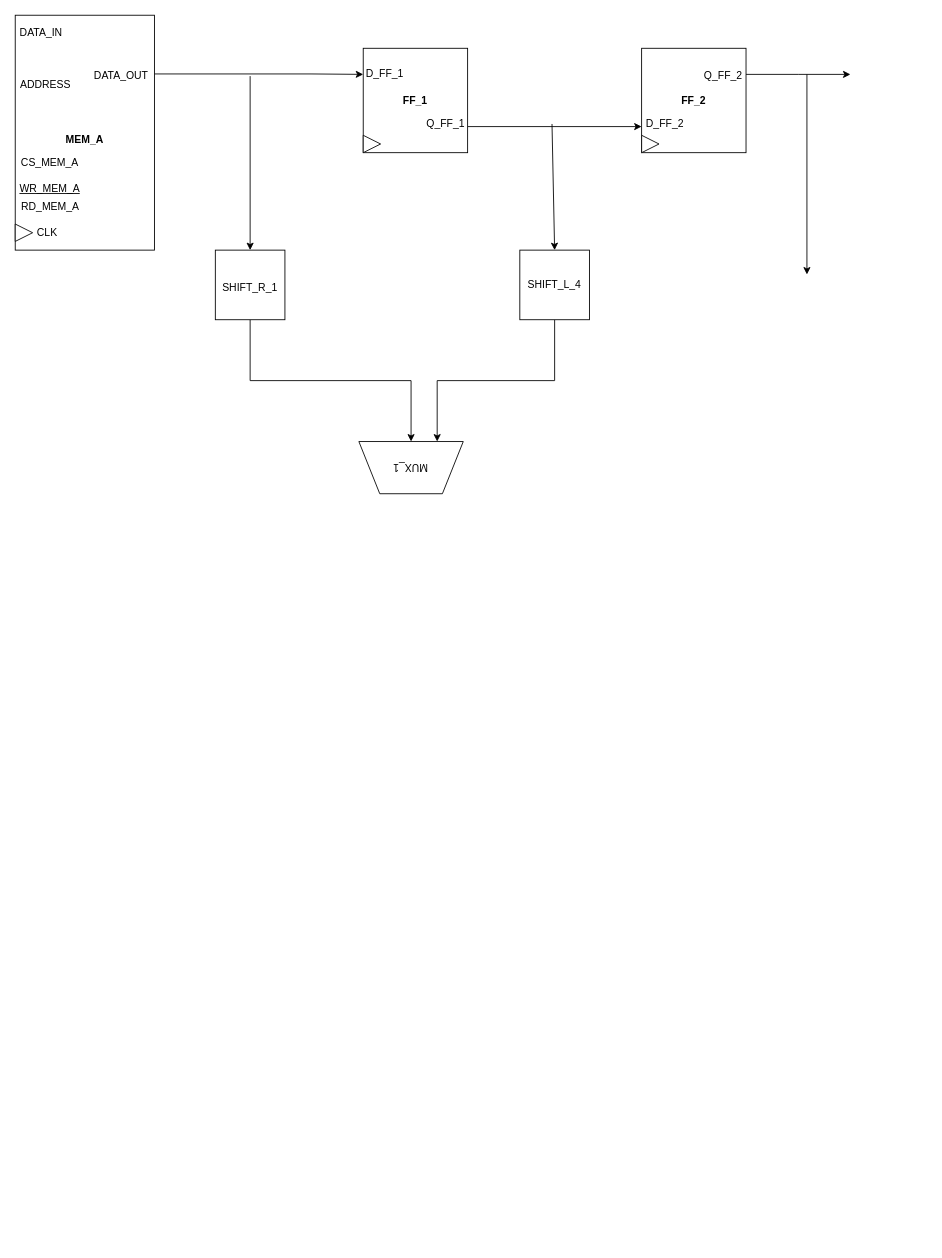
Before: lab6/Datapath.drawio in leobel96/Polito-ESD-NeuralNetwork, a draw.io diagram. Source tidied: cells renumbered, new cells numbered last; positions are measured from the earlier drawing's top-left corner, leaving out a move shared by most shapes. Both pictures are drawn from the tidied source at 87%, with x=0, y=0 at pixel (15, 15).
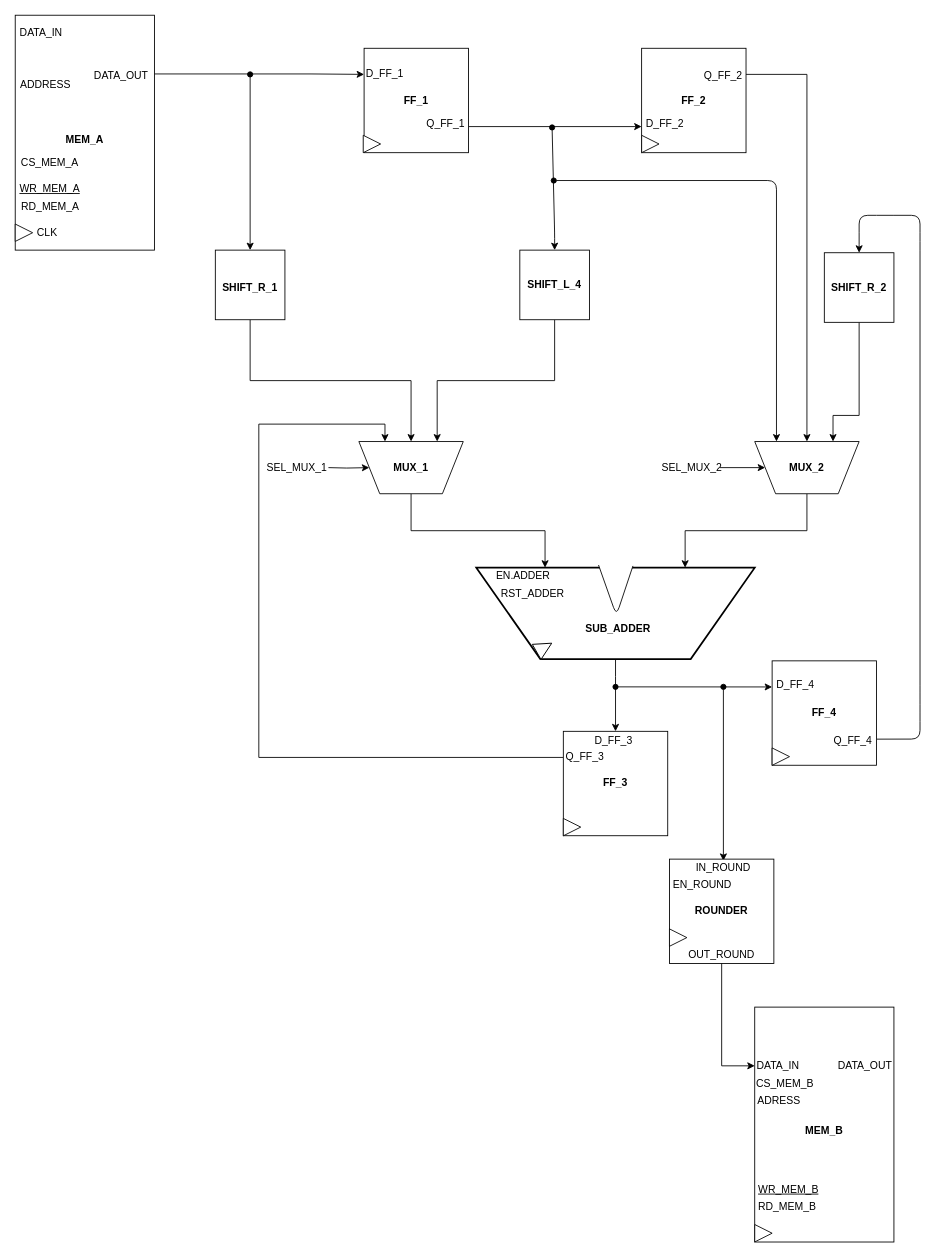
The same page after the edit.

The change refers to these unchanged cells:
```xml
<mxCell id="15" value="&lt;b&gt;FF_2&lt;/b&gt;" style="whiteSpace=wrap;html=1;" parent="1" vertex="1">
  <mxGeometry x="720" y="38" width="120" height="120" as="geometry" />
</mxCell>
<mxCell id="26" style="whiteSpace=wrap;html=1;" parent="1" vertex="1">
  <mxGeometry x="230" y="270" width="80" height="80" as="geometry" />
</mxCell>
<mxCell id="28" style="whiteSpace=wrap;html=1;" parent="1" vertex="1">
  <mxGeometry x="580" y="270" width="80" height="80" as="geometry" />
</mxCell>
```

Change to the diagram source:
```diff
@@
+    <mxCell id="32" style="edgeStyle=orthogonalEdgeStyle;rounded=0;jettySize=auto;html=1;exitX=0.5;exitY=1;exitDx=0;exitDy=0;entryX=0.5;entryY=0;entryDx=0;entryDy=0;" parent="1" edge="1" source="33" target="53">
+      <mxGeometry relative="1" as="geometry">
+        <Array as="points">
+          <mxPoint x="690" y="760" />
+          <mxPoint x="690" y="760" />
+        </Array>
+      </mxGeometry>
+    </mxCell>
+    <mxCell id="33" style="verticalLabelPosition=bottom;verticalAlign=top;html=1;strokeWidth=2;shape=trapezoid;perimeter=trapezoidPerimeter;whiteSpace=wrap;size=0.23;arcSize=10;flipV=1;" parent="1" vertex="1">
+      <mxGeometry x="530" y="635" width="320" height="105" as="geometry" />
+    </mxCell>
@@
     <mxCell id="13" value="&lt;b&gt;FF_1&lt;/b&gt;" style="whiteSpace=wrap;html=1;" parent="1" vertex="1">
-      <mxGeometry x="400" y="38" width="120" height="120" as="geometry" />
+      <mxGeometry x="401" y="38" width="120" height="120" as="geometry" />
     </mxCell>
-    <mxCell id="14" style="edgeStyle=orthogonalEdgeStyle;rounded=0;jettySize=auto;html=1;exitX=1;exitY=0.25;exitDx=0;exitDy=0;" parent="1" edge="1" source="15">
-      <mxGeometry relative="1" as="geometry">
-        <mxPoint x="960" y="68" as="targetPoint" />
-      </mxGeometry>
+    <mxCell id="14" style="edgeStyle=orthogonalEdgeStyle;rounded=0;jettySize=auto;html=1;exitX=1;exitY=0.25;exitDx=0;exitDy=0;entryX=0.5;entryY=1;entryDx=0;entryDy=0;" parent="1" edge="1" source="15" target="39">
+      <mxGeometry relative="1" as="geometry" />
     </mxCell>
@@
-    <mxCell id="22" style="endArrow=classic;html=1;entryX=0.5;entryY=0;entryDx=0;entryDy=0;" parent="1" edge="1" target="26">
+    <mxCell id="22" style="endArrow=classic;html=1;entryX=0.5;entryY=0;entryDx=0;entryDy=0;startArrow=circle;startFill=1;startSize=2;" parent="1" edge="1" target="26">
       <mxGeometry relative="1" as="geometry">
-        <mxPoint x="270" y="70" as="sourcePoint" />
+        <mxPoint x="270" y="64" as="sourcePoint" />
       </mxGeometry>
     </mxCell>
-    <mxCell id="23" style="endArrow=classic;html=1;entryX=0.5;entryY=0;entryDx=0;entryDy=0;" parent="1" edge="1" target="28">
+    <mxCell id="23" style="endArrow=classic;html=1;entryX=0.5;entryY=0;entryDx=0;entryDy=0;startArrow=circle;startFill=1;startSize=2;" parent="1" edge="1" target="28">
       <mxGeometry relative="1" as="geometry">
         <mxPoint x="617" y="125" as="sourcePoint" />
+        <Array as="points">
+          <mxPoint x="620" y="250" />
+        </Array>
       </mxGeometry>
     </mxCell>
-    <mxCell id="24" style="endArrow=classic;html=1;" parent="1" edge="1">
-      <mxGeometry relative="1" as="geometry">
-        <mxPoint x="910" y="68" as="sourcePoint" />
-        <mxPoint x="910" y="298" as="targetPoint" />
-      </mxGeometry>
-    </mxCell>
@@
-    <mxCell id="29" value="SHIFT_R_1" style="text;html=1;strokeColor=none;fillColor=none;align=center;verticalAlign=middle;whiteSpace=wrap;rounded=0;" parent="1" vertex="1">
+    <mxCell id="29" value="&lt;b&gt;SHIFT_R_1&lt;/b&gt;" style="text;html=1;strokeColor=none;fillColor=none;align=center;verticalAlign=middle;whiteSpace=wrap;rounded=0;" parent="1" vertex="1">
       <mxGeometry x="250" y="303" width="40" height="20" as="geometry" />
     </mxCell>
-    <mxCell id="30" value="SHIFT_L_4" style="text;html=1;strokeColor=none;fillColor=none;align=center;verticalAlign=middle;whiteSpace=wrap;rounded=0;" parent="1" vertex="1">
+    <mxCell id="30" value="&lt;b&gt;SHIFT_L_4&lt;/b&gt;" style="text;html=1;strokeColor=none;fillColor=none;align=center;verticalAlign=middle;whiteSpace=wrap;rounded=0;" parent="1" vertex="1">
       <mxGeometry x="600" y="300" width="40" height="20" as="geometry" />
     </mxCell>
+    <mxCell id="34" style="edgeStyle=orthogonalEdgeStyle;rounded=0;jettySize=auto;html=1;exitX=0.5;exitY=0;exitDx=0;exitDy=0;entryX=0.75;entryY=0;entryDx=0;entryDy=0;" parent="1" edge="1" source="31" target="48">
+      <mxGeometry relative="1" as="geometry" />
+    </mxCell>
-    <mxCell id="31" value="MUX_1" style="shape=trapezoid;perimeter=trapezoidPerimeter;whiteSpace=wrap;html=1;rotation=180;" parent="1" vertex="1">
+    <mxCell id="31" style="shape=trapezoid;perimeter=trapezoidPerimeter;whiteSpace=wrap;html=1;rotation=180;" parent="1" vertex="1">
       <mxGeometry x="395" y="490" width="120" height="60" as="geometry" />
     </mxCell>
+    <mxCell id="35" value="&lt;b&gt;MUX_1&lt;/b&gt;" style="text;html=1;strokeColor=none;fillColor=none;align=center;verticalAlign=middle;whiteSpace=wrap;rounded=0;" parent="1" vertex="1">
+      <mxGeometry x="435" y="510" width="40" height="20" as="geometry" />
+    </mxCell>
+    <mxCell id="36" style="edgeStyle=orthogonalEdgeStyle;rounded=0;jettySize=auto;html=1;" parent="1" edge="1" target="31">
+      <mxGeometry relative="1" as="geometry">
+        <mxPoint x="360" y="520" as="sourcePoint" />
+      </mxGeometry>
+    </mxCell>
+    <mxCell id="37" value="SEL_MUX_1" style="text;html=1;strokeColor=none;fillColor=none;align=center;verticalAlign=middle;whiteSpace=wrap;rounded=0;" parent="1" vertex="1">
+      <mxGeometry x="294" y="510" width="60" height="20" as="geometry" />
+    </mxCell>
+    <mxCell id="38" style="edgeStyle=orthogonalEdgeStyle;rounded=0;jettySize=auto;html=1;exitX=0.5;exitY=0;exitDx=0;exitDy=0;entryX=0.75;entryY=0;entryDx=0;entryDy=0;" parent="1" edge="1" source="39" target="33">
+      <mxGeometry relative="1" as="geometry" />
+    </mxCell>
+    <mxCell id="39" style="shape=trapezoid;perimeter=trapezoidPerimeter;whiteSpace=wrap;html=1;rotation=180;" parent="1" vertex="1">
+      <mxGeometry x="850" y="490" width="120" height="60" as="geometry" />
+    </mxCell>
+    <mxCell id="40" value="&lt;b&gt;MUX_2&lt;/b&gt;" style="text;html=1;strokeColor=none;fillColor=none;align=center;verticalAlign=middle;whiteSpace=wrap;rounded=0;" parent="1" vertex="1">
+      <mxGeometry x="890" y="510" width="40" height="20" as="geometry" />
+    </mxCell>
+    <mxCell id="41" style="endArrow=classic;html=1;entryX=0.75;entryY=1;entryDx=0;entryDy=0;startSize=2;startArrow=circle;startFill=1;" parent="1" edge="1">
+      <mxGeometry relative="1" as="geometry">
+        <mxPoint x="615" y="190" as="sourcePoint" />
+        <mxPoint x="875" y="490" as="targetPoint" />
+        <Array as="points">
+          <mxPoint x="875" y="190" />
+        </Array>
+      </mxGeometry>
+    </mxCell>
+    <mxCell id="42" style="edgeStyle=orthogonalEdgeStyle;rounded=0;jettySize=auto;html=1;exitX=0.5;exitY=1;exitDx=0;exitDy=0;entryX=0.25;entryY=1;entryDx=0;entryDy=0;" parent="1" edge="1" source="43" target="39">
+      <mxGeometry relative="1" as="geometry">
+        <Array as="points">
+          <mxPoint x="970" y="460" />
+          <mxPoint x="940" y="460" />
+        </Array>
+      </mxGeometry>
+    </mxCell>
+    <mxCell id="43" value="&lt;b&gt;SHIFT_R_2&lt;/b&gt;" style="whiteSpace=wrap;html=1;" parent="1" vertex="1">
+      <mxGeometry x="930" y="273" width="80" height="80" as="geometry" />
+    </mxCell>
+    <mxCell id="44" style="edgeStyle=orthogonalEdgeStyle;rounded=0;jettySize=auto;html=1;entryX=1;entryY=0.5;entryDx=0;entryDy=0;" parent="1" edge="1" source="45" target="39">
+      <mxGeometry relative="1" as="geometry" />
+    </mxCell>
+    <mxCell id="45" value="SEL_MUX_2" style="text;html=1;strokeColor=none;fillColor=none;align=center;verticalAlign=middle;whiteSpace=wrap;rounded=0;" parent="1" vertex="1">
+      <mxGeometry x="746" y="510" width="64" height="20" as="geometry" />
+    </mxCell>
+    <mxCell id="46" value="&lt;b&gt;SUB_ADDER&lt;/b&gt;" style="text;html=1;strokeColor=none;fillColor=none;align=center;verticalAlign=middle;whiteSpace=wrap;rounded=0;" parent="1" vertex="1">
+      <mxGeometry x="673" y="695" width="40" height="20" as="geometry" />
+    </mxCell>
+    <mxCell id="47" value="RST_ADDER" style="text;html=1;strokeColor=none;fillColor=none;align=center;verticalAlign=middle;whiteSpace=wrap;rounded=0;" parent="1" vertex="1">
+      <mxGeometry x="575" y="655" width="40" height="20" as="geometry" />
+    </mxCell>
+    <mxCell id="48" value="EN.ADDER" style="text;html=1;strokeColor=none;fillColor=none;align=center;verticalAlign=middle;whiteSpace=wrap;rounded=0;" parent="1" vertex="1">
+      <mxGeometry x="534" y="635" width="100" height="20" as="geometry" />
+    </mxCell>
+    <mxCell id="49" style="triangle;whiteSpace=wrap;html=1;rotation=90;strokeColor=none;" parent="1" vertex="1">
+      <mxGeometry x="668" y="635" width="45" height="40" as="geometry" />
+    </mxCell>
+    <mxCell id="50" style="endArrow=none;html=1;exitX=0.439;exitY=1.029;exitDx=0;exitDy=0;exitPerimeter=0;" parent="1" edge="1" source="33">
+      <mxGeometry relative="1" as="geometry">
+        <mxPoint x="710" y="633" as="targetPoint" />
+        <Array as="points">
+          <mxPoint x="691" y="690" />
+        </Array>
+      </mxGeometry>
+    </mxCell>
+    <mxCell id="51" style="triangle;whiteSpace=wrap;html=1;rotation=-30;" parent="1" vertex="1">
+      <mxGeometry x="598" y="716.8" width="20" height="20" as="geometry" />
+    </mxCell>
+    <mxCell id="52" style="edgeStyle=orthogonalEdgeStyle;rounded=0;jettySize=auto;html=1;exitX=0;exitY=0.25;exitDx=0;exitDy=0;entryX=0.75;entryY=1;entryDx=0;entryDy=0;" parent="1" edge="1" source="53" target="31">
+      <mxGeometry relative="1" as="geometry">
+        <Array as="points">
+          <mxPoint x="280" y="853" />
+          <mxPoint x="280" y="470" />
+          <mxPoint x="425" y="470" />
+        </Array>
+      </mxGeometry>
+    </mxCell>
+    <mxCell id="53" value="&lt;b&gt;FF_3&lt;/b&gt;" style="whiteSpace=wrap;html=1;" parent="1" vertex="1">
+      <mxGeometry x="630" y="823.1" width="120" height="120" as="geometry" />
+    </mxCell>
+    <mxCell id="54" value="D_FF_3" style="text;html=1;strokeColor=none;fillColor=none;align=center;verticalAlign=middle;whiteSpace=wrap;rounded=0;" parent="1" vertex="1">
+      <mxGeometry x="668" y="824" width="40" height="20" as="geometry" />
+    </mxCell>
+    <mxCell id="55" value="Q_FF_3" style="text;html=1;strokeColor=none;fillColor=none;align=center;verticalAlign=middle;whiteSpace=wrap;rounded=0;" parent="1" vertex="1">
+      <mxGeometry x="635" y="842" width="40" height="20" as="geometry" />
+    </mxCell>
+    <mxCell id="56" style="endArrow=classic;html=1;entryX=0.5;entryY=0;entryDx=0;entryDy=0;exitX=1;exitY=0.75;exitDx=0;exitDy=0;" parent="1" edge="1" source="57" target="43">
+      <mxGeometry relative="1" as="geometry">
+        <Array as="points">
+          <mxPoint x="1040" y="832" />
+          <mxPoint x="1040" y="802" />
+          <mxPoint x="1040" y="780" />
+          <mxPoint x="1040" y="260" />
+          <mxPoint x="1040" y="230" />
+          <mxPoint x="1000" y="230" />
+          <mxPoint x="970" y="230" />
+          <mxPoint x="970" y="260" />
+        </Array>
+      </mxGeometry>
+    </mxCell>
+    <mxCell id="57" value="&lt;b&gt;FF_4&lt;/b&gt;" style="whiteSpace=wrap;html=1;" parent="1" vertex="1">
+      <mxGeometry x="870" y="742.1" width="120" height="120" as="geometry" />
+    </mxCell>
+    <mxCell id="58" style="endArrow=classic;html=1;entryX=0;entryY=0.25;entryDx=0;entryDy=0;startArrow=oval;startFill=1;" parent="1" edge="1" target="57">
+      <mxGeometry relative="1" as="geometry">
+        <mxPoint x="690" y="772" as="sourcePoint" />
+      </mxGeometry>
+    </mxCell>
+    <mxCell id="59" value="D_FF_4" style="text;html=1;strokeColor=none;fillColor=none;align=center;verticalAlign=middle;whiteSpace=wrap;rounded=0;" parent="1" vertex="1">
+      <mxGeometry x="877" y="760" width="40" height="20" as="geometry" />
+    </mxCell>
+    <mxCell id="60" value="Q_FF_4" style="text;html=1;strokeColor=none;fillColor=none;align=center;verticalAlign=middle;whiteSpace=wrap;rounded=0;" parent="1" vertex="1">
+      <mxGeometry x="943" y="824" width="40" height="20" as="geometry" />
+    </mxCell>
+    <mxCell id="61" style="triangle;whiteSpace=wrap;html=1;" parent="1" vertex="1">
+      <mxGeometry x="630" y="923.2" width="20" height="20" as="geometry" />
+    </mxCell>
+    <mxCell id="62" style="triangle;whiteSpace=wrap;html=1;" parent="1" vertex="1">
+      <mxGeometry x="870" y="842.2" width="20" height="20" as="geometry" />
+    </mxCell>
+    <mxCell id="63" style="endArrow=classic;html=1;entryX=0.5;entryY=0;entryDx=0;entryDy=0;startArrow=oval;startFill=1;endSize=6;startSize=6;" parent="1" edge="1">
+      <mxGeometry relative="1" as="geometry">
+        <mxPoint x="814" y="772" as="sourcePoint" />
+        <mxPoint x="814" y="972" as="targetPoint" />
+      </mxGeometry>
+    </mxCell>
+    <mxCell id="64" value="&lt;b&gt;ROUNDER&lt;/b&gt;" style="whiteSpace=wrap;html=1;" parent="1" vertex="1">
+      <mxGeometry x="752" y="970" width="120" height="120" as="geometry" />
+    </mxCell>
+    <mxCell id="65" value="IN_ROUND" style="text;html=1;strokeColor=none;fillColor=none;align=center;verticalAlign=middle;whiteSpace=wrap;rounded=0;" parent="1" vertex="1">
+      <mxGeometry x="794" y="970" width="40" height="20" as="geometry" />
+    </mxCell>
+    <mxCell id="66" style="edgeStyle=orthogonalEdgeStyle;rounded=0;jettySize=auto;html=1;exitX=0.5;exitY=1;exitDx=0;exitDy=0;entryX=0;entryY=0.25;entryDx=0;entryDy=0;jumpStyle=arc;jumpSize=11;" parent="1" edge="1" source="67" target="70">
+      <mxGeometry relative="1" as="geometry" />
+    </mxCell>
+    <mxCell id="67" value="OUT_ROUND" style="text;html=1;strokeColor=none;fillColor=none;align=center;verticalAlign=middle;whiteSpace=wrap;rounded=0;" parent="1" vertex="1">
+      <mxGeometry x="792" y="1070" width="40" height="20" as="geometry" />
+    </mxCell>
+    <mxCell id="68" style="triangle;whiteSpace=wrap;html=1;" parent="1" vertex="1">
+      <mxGeometry x="752" y="1050.2" width="20" height="20" as="geometry" />
+    </mxCell>
+    <mxCell id="69" value="EN_ROUND" style="text;html=1;strokeColor=none;fillColor=none;align=center;verticalAlign=middle;whiteSpace=wrap;rounded=0;" parent="1" vertex="1">
+      <mxGeometry x="770" y="990" width="40" height="20" as="geometry" />
+    </mxCell>
+    <mxCell id="70" value="&lt;b&gt;&lt;br&gt;MEM_B&lt;/b&gt;" style="rounded=0;whiteSpace=wrap;html=1;" parent="1" vertex="1">
+      <mxGeometry x="850" y="1140.1" width="160" height="270" as="geometry" />
+    </mxCell>
+    <mxCell id="71" value="DATA_IN" style="text;html=1;strokeColor=none;fillColor=none;align=center;verticalAlign=middle;whiteSpace=wrap;rounded=0;" parent="1" vertex="1">
+      <mxGeometry x="857" y="1198" width="40" height="20" as="geometry" />
+    </mxCell>
+    <mxCell id="72" style="triangle;whiteSpace=wrap;html=1;" parent="1" vertex="1">
+      <mxGeometry x="850" y="1390" width="20" height="20" as="geometry" />
+    </mxCell>
+    <mxCell id="73" value="RD_MEM_B" style="text;html=1;strokeColor=none;fillColor=none;align=center;verticalAlign=middle;whiteSpace=wrap;rounded=0;" parent="1" vertex="1">
+      <mxGeometry x="850.2" y="1360" width="75" height="20" as="geometry" />
+    </mxCell>
+    <mxCell id="74" value="CS_MEM_B" style="text;html=1;strokeColor=none;fillColor=none;align=center;verticalAlign=middle;whiteSpace=wrap;rounded=0;" parent="1" vertex="1">
+      <mxGeometry x="865" y="1218" width="40" height="20" as="geometry" />
+    </mxCell>
+    <mxCell id="75" value="&lt;u&gt;WR_MEM_B&lt;/u&gt;" style="text;html=1;strokeColor=none;fillColor=none;align=center;verticalAlign=middle;whiteSpace=wrap;rounded=0;" parent="1" vertex="1">
+      <mxGeometry x="859" y="1339.8" width="60" height="20" as="geometry" />
+    </mxCell>
+    <mxCell id="76" value="ADRESS" style="text;html=1;strokeColor=none;fillColor=none;align=center;verticalAlign=middle;whiteSpace=wrap;rounded=0;" parent="1" vertex="1">
+      <mxGeometry x="858" y="1238" width="40" height="20" as="geometry" />
+    </mxCell>
+    <mxCell id="77" value="DATA_OUT" style="text;html=1;strokeColor=none;fillColor=none;align=center;verticalAlign=middle;whiteSpace=wrap;rounded=0;" parent="1" vertex="1">
+      <mxGeometry x="957" y="1198" width="40" height="20" as="geometry" />
+    </mxCell>
```
